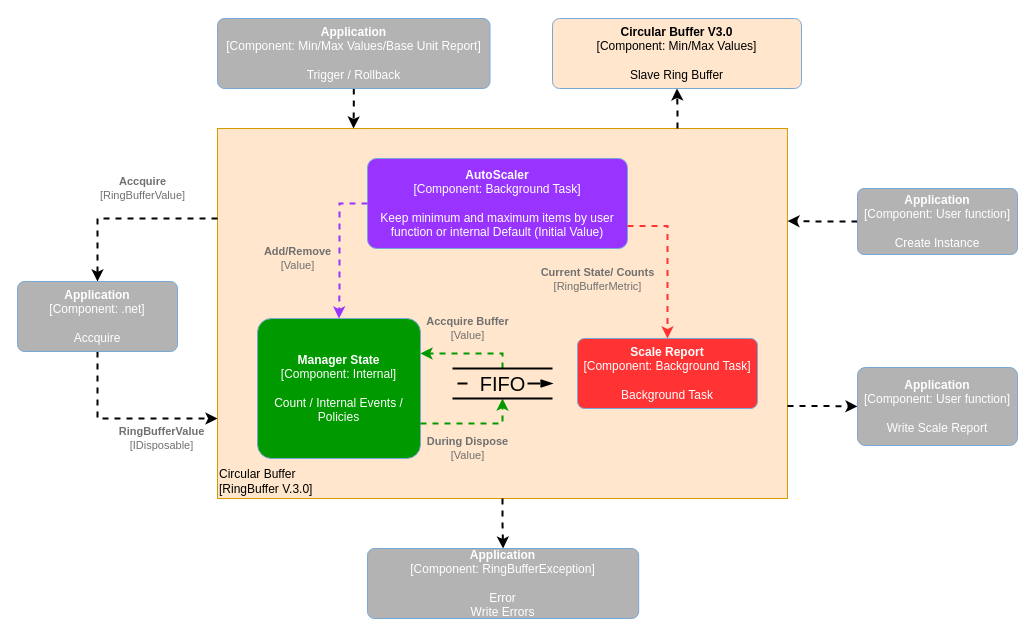
The draw.io diagram docs/RingBufferPlus.drawio in FRACerqueira/RingBufferPlus, before the edit. Source tidied: cells renumbered, new cells numbered last; positions are measured from the earlier drawing's top-left corner, leaving out a move shared by most shapes. Both pictures are drawn from the tidied source at 100%, with x=0, y=0 at pixel (17, 18).
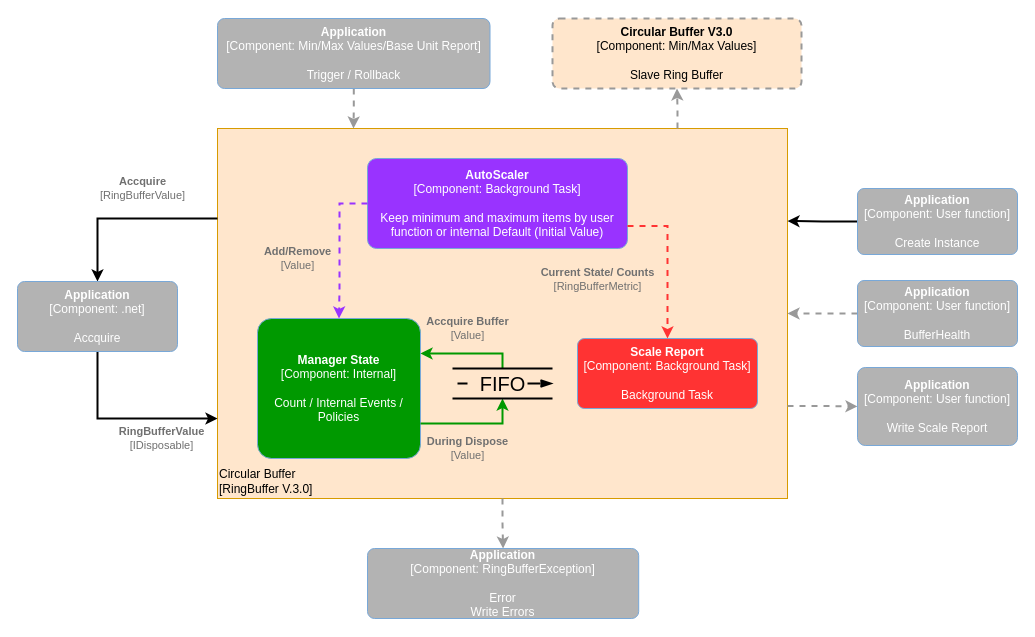
After the change.

The change refers to these unchanged cells:
```xml
<object id="2" label="&lt;div style=&quot;text-align: left&quot;&gt;%c4Name%&lt;/div&gt;&lt;div style=&quot;text-align: left&quot;&gt;[%c4Application%]&lt;/div&gt;" c4Application="RingBuffer V.3.0" c4Name="Circular Buffer" placeholders="1">
  <mxCell style="rounded=1;whiteSpace=wrap;html=1;labelBackgroundColor=none;fillColor=#FFE6CC;align=left;arcSize=0;strokeColor=#d79b00;verticalAlign=bottom;metaData={&quot;c4Type&quot;:{&quot;editable&quot;:false}};points=[[0.25,0,0],[0.5,0,0],[0.75,0,0],[1,0.25,0],[1,0.5,0],[1,0.75,0],[0.75,1,0],[0.5,1,0],[0.25,1,0],[0,0.75,0],[0,0.5,0],[0,0.25,0]];" parent="1" vertex="1">
    <mxGeometry x="200" y="110" width="570" height="370" as="geometry" />
  </mxCell>
</object>
<object id="7" label="&lt;b&gt;%c4Name%&lt;/b&gt;&lt;div&gt;[%c4Type%: %c4Technology%]&lt;/div&gt;&lt;br&gt;&lt;div&gt;%c4Description%&lt;/div&gt;" c4Description="Create Instance" c4Name="Application" c4Technology="User function" c4Type="Component" placeholders="1">
  <mxCell style="rounded=1;whiteSpace=wrap;html=1;labelBackgroundColor=none;fillColor=#B3B3B3;fontColor=#ffffff;align=center;arcSize=10;strokeColor=#78A8D8;metaData={&quot;c4Type&quot;:{&quot;editable&quot;:false}};points=[[0.25,0,0],[0.5,0,0],[0.75,0,0],[1,0.25,0],[1,0.5,0],[1,0.75,0],[0.75,1,0],[0.5,1,0],[0.25,1,0],[0,0.75,0],[0,0.5,0],[0,0.25,0]];" parent="1" vertex="1">
    <mxGeometry x="840" y="170" width="160" height="66" as="geometry" />
  </mxCell>
</object>
<object id="11" label="&lt;b&gt;%c4Name%&lt;/b&gt;&lt;div&gt;[%c4Type%: %c4Technology%]&lt;/div&gt;&lt;br&gt;&lt;div&gt;%c4Description%&lt;/div&gt;" c4Description="Count / Internal Events / Policies" c4Name="Manager State" c4Technology="Internal" c4Type="Component" placeholders="1">
  <mxCell style="rounded=1;whiteSpace=wrap;html=1;labelBackgroundColor=none;fillColor=#009900;fontColor=#ffffff;align=center;arcSize=10;strokeColor=#78A8D8;metaData={&quot;c4Type&quot;:{&quot;editable&quot;:false}};points=[[0.25,0,0],[0.5,0,0],[0.75,0,0],[1,0.25,0],[1,0.5,0],[1,0.75,0],[0.75,1,0],[0.5,1,0],[0.25,1,0],[0,0.75,0],[0,0.5,0],[0,0.25,0]];" parent="1" vertex="1">
    <mxGeometry x="240" y="300" width="163" height="140" as="geometry" />
  </mxCell>
</object>
<object id="16" label="&lt;b&gt;%c4Name%&lt;/b&gt;&lt;div&gt;[%c4Type%: %c4Technology%]&lt;/div&gt;&lt;br&gt;&lt;div&gt;%c4Description%&lt;/div&gt;" c4Description="Write Scale Report" c4Name="Application" c4Technology="User function" c4Type="Component" placeholders="1">
  <mxCell style="rounded=1;whiteSpace=wrap;html=1;labelBackgroundColor=none;fillColor=#B3B3B3;fontColor=#ffffff;align=center;arcSize=10;strokeColor=#78A8D8;metaData={&quot;c4Type&quot;:{&quot;editable&quot;:false}};points=[[0.25,0,0],[0.5,0,0],[0.75,0,0],[1,0.25,0],[1,0.5,0],[1,0.75,0],[0.75,1,0],[0.5,1,0],[0.25,1,0],[0,0.75,0],[0,0.5,0],[0,0.25,0]];" parent="1" vertex="1">
    <mxGeometry x="840" y="349" width="160" height="78" as="geometry" />
  </mxCell>
</object>
<mxCell id="17" value="FIFO" style="strokeWidth=2;html=1;shape=mxgraph.lean_mapping.fifo_sequence_flow;fontStyle=0;fontSize=20;align=center;" parent="1" vertex="1">
  <mxGeometry x="435" y="350" width="100" height="30" as="geometry" />
</mxCell>
<object id="18" label="&lt;b&gt;%c4Name%&lt;/b&gt;&lt;div&gt;[%c4Type%: %c4Technology%]&lt;/div&gt;&lt;br&gt;&lt;div&gt;%c4Description%&lt;/div&gt;" c4Description="Accquire" c4Name="Application" c4Technology=".net" c4Type="Component" placeholders="1">
  <mxCell style="rounded=1;whiteSpace=wrap;html=1;labelBackgroundColor=none;fillColor=#B3B3B3;fontColor=#ffffff;align=center;arcSize=10;strokeColor=#78A8D8;metaData={&quot;c4Type&quot;:{&quot;editable&quot;:false}};points=[[0.25,0,0],[0.5,0,0],[0.75,0,0],[1,0.25,0],[1,0.5,0],[1,0.75,0],[0.75,1,0],[0.5,1,0],[0.25,1,0],[0,0.75,0],[0,0.5,0],[0,0.25,0]];" parent="1" vertex="1">
    <mxGeometry y="263" width="160" height="70" as="geometry" />
  </mxCell>
</object>
<object id="20" label="&lt;b&gt;%c4Name%&lt;/b&gt;&lt;div&gt;[%c4Type%: %c4Technology%]&lt;/div&gt;&lt;br&gt;&lt;div&gt;%c4Description%&lt;/div&gt;" c4Description="Trigger / Rollback" c4Name="Application" c4Technology="Min/Max Values/Base Unit Report" c4Type="Component" placeholders="1">
  <mxCell style="rounded=1;whiteSpace=wrap;html=1;labelBackgroundColor=none;fillColor=#B3B3B3;fontColor=#ffffff;align=center;arcSize=10;strokeColor=#78A8D8;metaData={&quot;c4Type&quot;:{&quot;editable&quot;:false}};points=[[0.25,0,0],[0.5,0,0],[0.75,0,0],[1,0.25,0],[1,0.5,0],[1,0.75,0],[0.75,1,0],[0.5,1,0],[0.25,1,0],[0,0.75,0],[0,0.5,0],[0,0.25,0]];" parent="1" vertex="1">
    <mxGeometry x="200" width="272.5" height="70" as="geometry" />
  </mxCell>
</object>
<object id="21" label="&lt;b&gt;%c4Name%&lt;/b&gt;&lt;div&gt;[%c4Type%: %c4Technology%]&lt;/div&gt;&lt;br&gt;&lt;div&gt;%c4Description%&lt;/div&gt;" c4Description="Error &#10;Write Errors" c4Name="Application" c4Technology="RingBufferException" c4Type="Component" placeholders="1">
  <mxCell style="rounded=1;whiteSpace=wrap;html=1;labelBackgroundColor=none;fillColor=#B3B3B3;fontColor=#ffffff;align=center;arcSize=10;strokeColor=#78A8D8;metaData={&quot;c4Type&quot;:{&quot;editable&quot;:false}};points=[[0.25,0,0],[0.5,0,0],[0.75,0,0],[1,0.25,0],[1,0.5,0],[1,0.75,0],[0.75,1,0],[0.5,1,0],[0.25,1,0],[0,0.75,0],[0,0.5,0],[0,0.25,0]];" parent="1" vertex="1">
    <mxGeometry x="350" y="530" width="271.2" height="70" as="geometry" />
  </mxCell>
</object>
```

The edit, as a diff of the source:
```diff
@@
     <object id="3" label="&lt;div style=&quot;text-align: left&quot;&gt;&lt;div style=&quot;text-align: center&quot;&gt;&lt;b&gt;%c4Description%&lt;/b&gt;&lt;/div&gt;&lt;div style=&quot;text-align: center&quot;&gt;[%c4Technology%]&lt;/div&gt;&lt;/div&gt;" c4Description="Accquire" c4Technology="RingBufferValue" placeholders="1">
-      <mxCell style="rounded=0;html=1;jettySize=auto;strokeColor=#000000;strokeWidth=2;fontColor=#707070;jumpStyle=none;dashed=1;metaData={&quot;c4Type&quot;:{&quot;editable&quot;:false}};edgeStyle=orthogonalEdgeStyle;entryX=0.5;entryY=0;entryDx=0;entryDy=0;entryPerimeter=0;" parent="1" edge="1" target="18">
+      <mxCell style="rounded=0;html=1;jettySize=auto;strokeColor=#000000;strokeWidth=2;fontColor=#707070;jumpStyle=none;metaData={&quot;c4Type&quot;:{&quot;editable&quot;:false}};edgeStyle=orthogonalEdgeStyle;entryX=0.5;entryY=0;entryDx=0;entryDy=0;entryPerimeter=0;" parent="1" edge="1" target="18">
         <mxGeometry x="-0.18" y="-30" relative="1" as="geometry">
           <mxPoint x="200" y="200" as="sourcePoint" />
           <Array as="points">
             <mxPoint x="80" y="200" />
           </Array>
         </mxGeometry>
       </mxCell>
     </object>
     <object id="4" label="&lt;div style=&quot;text-align: left&quot;&gt;&lt;div style=&quot;text-align: center&quot;&gt;&lt;b&gt;%c4Description%&lt;/b&gt;&lt;/div&gt;&lt;div style=&quot;text-align: center&quot;&gt;[%c4Technology%]&lt;/div&gt;&lt;/div&gt;" c4Description="RingBufferValue" c4Technology="IDisposable" placeholders="1">
-      <mxCell style="rounded=0;html=1;jettySize=auto;strokeColor=#000000;strokeWidth=2;fontColor=#707070;jumpStyle=none;dashed=1;metaData={&quot;c4Type&quot;:{&quot;editable&quot;:false}};exitX=0.5;exitY=1;exitDx=0;exitDy=0;exitPerimeter=0;edgeStyle=orthogonalEdgeStyle;" parent="1" edge="1" source="18">
+      <mxCell style="rounded=0;html=1;jettySize=auto;strokeColor=#000000;strokeWidth=2;fontColor=#707070;jumpStyle=none;metaData={&quot;c4Type&quot;:{&quot;editable&quot;:false}};exitX=0.5;exitY=1;exitDx=0;exitDy=0;exitPerimeter=0;edgeStyle=orthogonalEdgeStyle;" parent="1" edge="1" source="18">
         <mxGeometry x="0.4" y="-20" relative="1" as="geometry">
           <mxPoint x="200" y="400" as="targetPoint" />
           <Array as="points">
             <mxPoint x="80" y="400" />
           </Array>
         </mxGeometry>
       </mxCell>
     </object>
@@
-    <mxCell id="6" style="edgeStyle=orthogonalEdgeStyle;rounded=0;jettySize=auto;html=1;exitX=0;exitY=0.5;exitDx=0;exitDy=0;exitPerimeter=0;entryX=1;entryY=0.25;entryDx=0;entryDy=0;entryPerimeter=0;strokeWidth=2;dashed=1;" parent="1" edge="1" source="7" target="2">
+    <mxCell id="6" style="edgeStyle=orthogonalEdgeStyle;rounded=0;jettySize=auto;html=1;exitX=0;exitY=0.5;exitDx=0;exitDy=0;exitPerimeter=0;entryX=1;entryY=0.25;entryDx=0;entryDy=0;entryPerimeter=0;strokeWidth=2;" parent="1" edge="1" source="7" target="2">
       <mxGeometry relative="1" as="geometry" />
     </mxCell>
@@
-    <mxCell id="10" style="edgeStyle=orthogonalEdgeStyle;rounded=0;jettySize=auto;html=1;exitX=0.5;exitY=1;exitDx=0;exitDy=0;exitPerimeter=0;strokeWidth=2;dashed=1;" parent="1" edge="1" source="2" target="21">
+    <mxCell id="10" style="edgeStyle=orthogonalEdgeStyle;rounded=0;jettySize=auto;html=1;exitX=0.5;exitY=1;exitDx=0;exitDy=0;exitPerimeter=0;strokeWidth=2;dashed=1;strokeColor=#999999;" parent="1" edge="1" source="2" target="21">
       <mxGeometry relative="1" as="geometry" />
     </mxCell>
@@
     <object id="13" label="&lt;div style=&quot;text-align: left&quot;&gt;&lt;div style=&quot;text-align: center&quot;&gt;&lt;b&gt;%c4Description%&lt;/b&gt;&lt;/div&gt;&lt;div style=&quot;text-align: center&quot;&gt;[%c4Technology%]&lt;/div&gt;&lt;/div&gt;" c4Description="Accquire Buffer" c4Technology="Value" placeholders="1">
-      <mxCell style="edgeStyle=orthogonalEdgeStyle;rounded=0;html=1;jettySize=auto;strokeColor=#009900;strokeWidth=2;fontColor=#707070;jumpStyle=none;dashed=1;metaData={&quot;c4Type&quot;:{&quot;editable&quot;:false}};fillColor=#009900;entryX=1;entryY=0.25;entryDx=0;entryDy=0;entryPerimeter=0;exitX=0.5;exitY=0;exitDx=0;exitDy=0;labelBackgroundColor=none;" parent="1" edge="1" source="17" target="11">
+      <mxCell style="edgeStyle=orthogonalEdgeStyle;rounded=0;html=1;jettySize=auto;strokeColor=#009900;strokeWidth=2;fontColor=#707070;jumpStyle=none;metaData={&quot;c4Type&quot;:{&quot;editable&quot;:false}};fillColor=#009900;entryX=1;entryY=0.25;entryDx=0;entryDy=0;entryPerimeter=0;exitX=0.5;exitY=0;exitDx=0;exitDy=0;labelBackgroundColor=none;" parent="1" edge="1" source="17" target="11">
         <mxGeometry x="0.03" y="-25" relative="1" as="geometry">
           <Array as="points">
             <mxPoint x="485" y="335" />
           </Array>
         </mxGeometry>
       </mxCell>
     </object>
     <object id="14" label="&lt;div style=&quot;text-align: left&quot;&gt;&lt;div style=&quot;text-align: center&quot;&gt;&lt;b&gt;%c4Description%&lt;/b&gt;&lt;/div&gt;&lt;div style=&quot;text-align: center&quot;&gt;[%c4Technology%]&lt;/div&gt;&lt;/div&gt;" c4Description="During Dispose" c4Technology="Value" placeholders="1">
-      <mxCell style="edgeStyle=orthogonalEdgeStyle;rounded=0;html=1;jettySize=auto;strokeColor=#009900;strokeWidth=2;fontColor=#707070;jumpStyle=none;dashed=1;metaData={&quot;c4Type&quot;:{&quot;editable&quot;:false}};exitX=1;exitY=0.75;exitDx=0;exitDy=0;exitPerimeter=0;startArrow=none;entryX=0.5;entryY=1;entryDx=0;entryDy=0;labelBackgroundColor=none;" parent="1" edge="1" source="11" target="17">
+      <mxCell style="edgeStyle=orthogonalEdgeStyle;rounded=0;html=1;jettySize=auto;strokeColor=#009900;strokeWidth=2;fontColor=#707070;jumpStyle=none;metaData={&quot;c4Type&quot;:{&quot;editable&quot;:false}};exitX=1;exitY=0.75;exitDx=0;exitDy=0;exitPerimeter=0;startArrow=none;entryX=0.5;entryY=1;entryDx=0;entryDy=0;labelBackgroundColor=none;" parent="1" edge="1" source="11" target="17">
         <mxGeometry x="-0.12" y="-25" relative="1" as="geometry">
           <Array as="points">
             <mxPoint x="485" y="405" />
           </Array>
         </mxGeometry>
       </mxCell>
     </object>
-    <mxCell id="15" style="edgeStyle=orthogonalEdgeStyle;rounded=0;jettySize=auto;html=1;strokeWidth=2;dashed=1;exitX=1;exitY=0.75;exitDx=0;exitDy=0;exitPerimeter=0;" parent="1" edge="1" source="2" target="16">
+    <mxCell id="15" style="edgeStyle=orthogonalEdgeStyle;rounded=0;jettySize=auto;html=1;strokeWidth=2;dashed=1;exitX=1;exitY=0.75;exitDx=0;exitDy=0;exitPerimeter=0;strokeColor=#999999;" parent="1" edge="1" source="2" target="16">
       <mxGeometry relative="1" as="geometry" />
     </mxCell>
@@
-    <mxCell id="19" style="edgeStyle=orthogonalEdgeStyle;rounded=0;jettySize=auto;html=1;labelBackgroundColor=none;strokeWidth=2;dashed=1;strokeColor=#000000;" parent="1" edge="1" source="20">
+    <mxCell id="19" style="edgeStyle=orthogonalEdgeStyle;rounded=0;jettySize=auto;html=1;labelBackgroundColor=none;strokeWidth=2;dashed=1;strokeColor=#999999;" parent="1" edge="1" source="20">
       <mxGeometry relative="1" as="geometry">
         <mxPoint x="336" y="110" as="targetPoint" />
       </mxGeometry>
     </mxCell>
@@
-    <mxCell id="22" style="edgeStyle=orthogonalEdgeStyle;rounded=0;jettySize=auto;html=1;strokeWidth=2;dashed=1;exitX=0.807;exitY=0;exitDx=0;exitDy=0;exitPerimeter=0;" parent="1" edge="1" source="2" target="23">
+    <mxCell id="22" style="edgeStyle=orthogonalEdgeStyle;rounded=0;jettySize=auto;html=1;strokeWidth=2;dashed=1;exitX=0.807;exitY=0;exitDx=0;exitDy=0;exitPerimeter=0;strokeColor=#999999;" parent="1" edge="1" source="2" target="23">
       <mxGeometry relative="1" as="geometry" />
     </mxCell>
     <object id="23" label="&lt;b&gt;%c4Name%&lt;/b&gt;&lt;div&gt;[%c4Type%: %c4Technology%]&lt;/div&gt;&lt;br&gt;&lt;div&gt;%c4Description%&lt;/div&gt;" c4Description="Slave Ring Buffer" c4Name="Circular Buffer V3.0" c4Technology="Min/Max Values" c4Type="Component" placeholders="1">
-      <mxCell style="rounded=1;whiteSpace=wrap;html=1;labelBackgroundColor=none;fillColor=#FFE6CC;fontColor=#000000;align=center;arcSize=10;strokeColor=#78A8D8;metaData={&quot;c4Type&quot;:{&quot;editable&quot;:false}};points=[[0.25,0,0],[0.5,0,0],[0.75,0,0],[1,0.25,0],[1,0.5,0],[1,0.75,0],[0.75,1,0],[0.5,1,0],[0.25,1,0],[0,0.75,0],[0,0.5,0],[0,0.25,0]];" parent="1" vertex="1">
+      <mxCell style="rounded=1;whiteSpace=wrap;html=1;labelBackgroundColor=none;fillColor=#FFE6CC;fontColor=#000000;align=center;arcSize=10;strokeColor=#999999;metaData={&quot;c4Type&quot;:{&quot;editable&quot;:false}};points=[[0.25,0,0],[0.5,0,0],[0.75,0,0],[1,0.25,0],[1,0.5,0],[1,0.75,0],[0.75,1,0],[0.5,1,0],[0.25,1,0],[0,0.75,0],[0,0.5,0],[0,0.25,0]];dashed=1;strokeWidth=2;" parent="1" vertex="1">
         <mxGeometry x="535" width="249" height="70" as="geometry" />
       </mxCell>
     </object>
+    <mxCell id="24" style="edgeStyle=orthogonalEdgeStyle;rounded=0;jettySize=auto;html=1;entryX=1;entryY=0.5;entryDx=0;entryDy=0;entryPerimeter=0;strokeWidth=2;dashed=1;strokeColor=#999999;" parent="1" edge="1" source="25" target="2">
+      <mxGeometry relative="1" as="geometry" />
+    </mxCell>
+    <object id="25" label="&lt;b&gt;%c4Name%&lt;/b&gt;&lt;div&gt;[%c4Type%: %c4Technology%]&lt;/div&gt;&lt;br&gt;&lt;div&gt;%c4Description%&lt;/div&gt;" c4Description="BufferHealth" c4Name="Application" c4Technology="User function" c4Type="Component" placeholders="1">
+      <mxCell style="rounded=1;whiteSpace=wrap;html=1;labelBackgroundColor=none;fillColor=#B3B3B3;fontColor=#ffffff;align=center;arcSize=10;strokeColor=#78A8D8;metaData={&quot;c4Type&quot;:{&quot;editable&quot;:false}};points=[[0.25,0,0],[0.5,0,0],[0.75,0,0],[1,0.25,0],[1,0.5,0],[1,0.75,0],[0.75,1,0],[0.5,1,0],[0.25,1,0],[0,0.75,0],[0,0.5,0],[0,0.25,0]];" parent="1" vertex="1">
+        <mxGeometry x="840" y="262" width="160" height="66" as="geometry" />
+      </mxCell>
+    </object>
```
